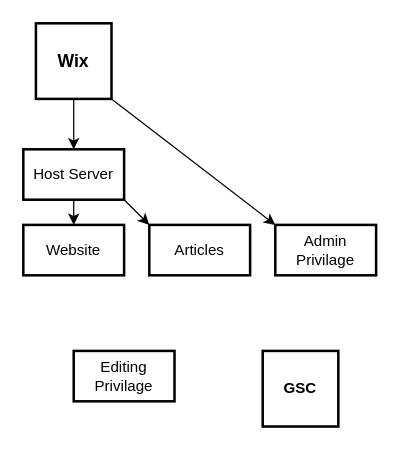
Earlier version of the draw.io diagram Untitled Diagram.drawio (Raymondoor/Public_repo). Source tidied: cells renumbered, new cells numbered last; positions are measured from the earlier drawing's top-left corner, leaving out a move shared by most shapes. Both pictures are drawn from the tidied source at 126%, with x=0, y=0 at pixel (23, 23).
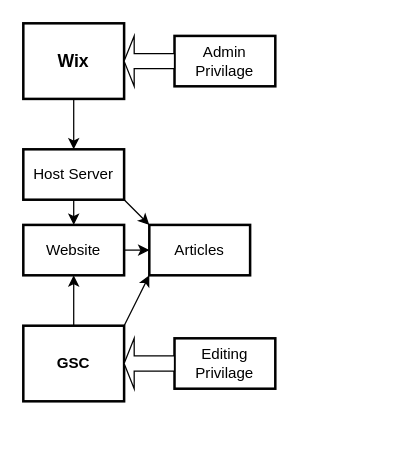
The same diagram, later.

The edit, as a diff of the source:
```diff
@@
 <mxGraphModel>
   <root>
     <mxCell id="0" />
     <mxCell id="1" parent="0" />
     <mxCell id="2" value="&lt;div align=&quot;center&quot;&gt;Website&lt;/div&gt;" style="rounded=0;whiteSpace=wrap;html=1;fillColor=none;strokeWidth=2;align=center;" parent="1" vertex="1">
       <mxGeometry y="160" width="80" height="40" as="geometry" />
     </mxCell>
     <mxCell id="3" value="&lt;div&gt;Articles&lt;/div&gt;" style="rounded=0;whiteSpace=wrap;html=1;fillColor=none;strokeWidth=2;" parent="1" vertex="1">
       <mxGeometry x="100" y="160" width="80" height="40" as="geometry" />
     </mxCell>
     <mxCell id="4" value="&lt;div&gt;Admin&lt;/div&gt;&lt;div&gt;Privilage&lt;/div&gt;" style="rounded=0;whiteSpace=wrap;html=1;fillColor=none;strokeWidth=2;align=center;" parent="1" vertex="1">
-      <mxGeometry x="200" y="160" width="80" height="40" as="geometry" />
+      <mxGeometry x="120" y="10" width="80" height="40" as="geometry" />
     </mxCell>
     <mxCell id="5" value="Host Server" style="rounded=0;whiteSpace=wrap;html=1;fillColor=none;strokeWidth=2;align=center;" parent="1" vertex="1">
       <mxGeometry y="100" width="80" height="40" as="geometry" />
     </mxCell>
     <mxCell id="6" value="&lt;b&gt;&lt;font style=&quot;font-size: 14px;&quot;&gt;Wix&lt;/font&gt;&lt;/b&gt;" style="rounded=0;whiteSpace=wrap;html=1;fillColor=none;strokeWidth=2;align=center;" parent="1" vertex="1">
-      <mxGeometry x="10" width="60" height="60" as="geometry" />
+      <mxGeometry width="80" height="60" as="geometry" />
     </mxCell>
     <mxCell id="7" value="&lt;b&gt;GSC&lt;/b&gt;" style="rounded=0;whiteSpace=wrap;html=1;fillColor=none;strokeWidth=2;align=center;" parent="1" vertex="1">
-      <mxGeometry x="190" y="260" width="60" height="60" as="geometry" />
+      <mxGeometry y="240" width="80" height="60" as="geometry" />
     </mxCell>
     <mxCell id="8" style="endArrow=classic;html=1;rounded=0;exitX=0.5;exitY=1;exitDx=0;exitDy=0;entryX=0.5;entryY=0;entryDx=0;entryDy=0;" parent="1" edge="1" source="5" target="2">
       <mxGeometry relative="1" as="geometry" />
     </mxCell>
     <mxCell id="9" style="endArrow=classic;html=1;rounded=0;exitX=1;exitY=1;exitDx=0;exitDy=0;entryX=0;entryY=0;entryDx=0;entryDy=0;" parent="1" edge="1" source="5" target="3">
       <mxGeometry relative="1" as="geometry" />
     </mxCell>
-    <mxCell id="10" style="endArrow=classic;html=1;rounded=0;exitX=1;exitY=1;exitDx=0;exitDy=0;entryX=0;entryY=0;entryDx=0;entryDy=0;" parent="1" edge="1" source="6" target="4">
-      <mxGeometry relative="1" as="geometry" />
-    </mxCell>
     <mxCell id="11" style="endArrow=classic;html=1;rounded=0;exitX=0.5;exitY=1;exitDx=0;exitDy=0;" parent="1" edge="1" source="6">
       <mxGeometry relative="1" as="geometry">
         <mxPoint x="40" y="100" as="targetPoint" />
       </mxGeometry>
     </mxCell>
     <mxCell id="12" value="&lt;div&gt;Editing&lt;/div&gt;&lt;div&gt;Privilage&lt;br&gt;&lt;/div&gt;" style="rounded=0;whiteSpace=wrap;html=1;fillColor=none;strokeWidth=2;align=center;" parent="1" vertex="1">
-      <mxGeometry x="40" y="260" width="80" height="40" as="geometry" />
+      <mxGeometry x="120" y="250" width="80" height="40" as="geometry" />
     </mxCell>
+    <mxCell id="13" style="endArrow=classic;html=1;rounded=0;exitX=1;exitY=0.5;exitDx=0;exitDy=0;entryX=0;entryY=0.5;entryDx=0;entryDy=0;" parent="1" edge="1" source="2" target="3">
+      <mxGeometry relative="1" as="geometry" />
+    </mxCell>
+    <mxCell id="14" style="endArrow=classic;html=1;rounded=0;exitX=0.5;exitY=0;exitDx=0;exitDy=0;" parent="1" edge="1" source="7">
+      <mxGeometry relative="1" as="geometry">
+        <mxPoint x="40" y="200" as="targetPoint" />
+      </mxGeometry>
+    </mxCell>
+    <mxCell id="15" style="endArrow=classic;html=1;rounded=0;exitX=1;exitY=0;exitDx=0;exitDy=0;entryX=0;entryY=1;entryDx=0;entryDy=0;" parent="1" edge="1" source="7" target="3">
+      <mxGeometry relative="1" as="geometry" />
+    </mxCell>
+    <mxCell id="16" style="shape=singleArrow;direction=west;whiteSpace=wrap;html=1;" parent="1" vertex="1">
+      <mxGeometry x="80" y="250" width="40" height="40" as="geometry" />
+    </mxCell>
+    <mxCell id="17" style="shape=singleArrow;direction=west;whiteSpace=wrap;html=1;" parent="1" vertex="1">
+      <mxGeometry x="80" y="10" width="40" height="40" as="geometry" />
+    </mxCell>
   </root>
 </mxGraphModel>
```
